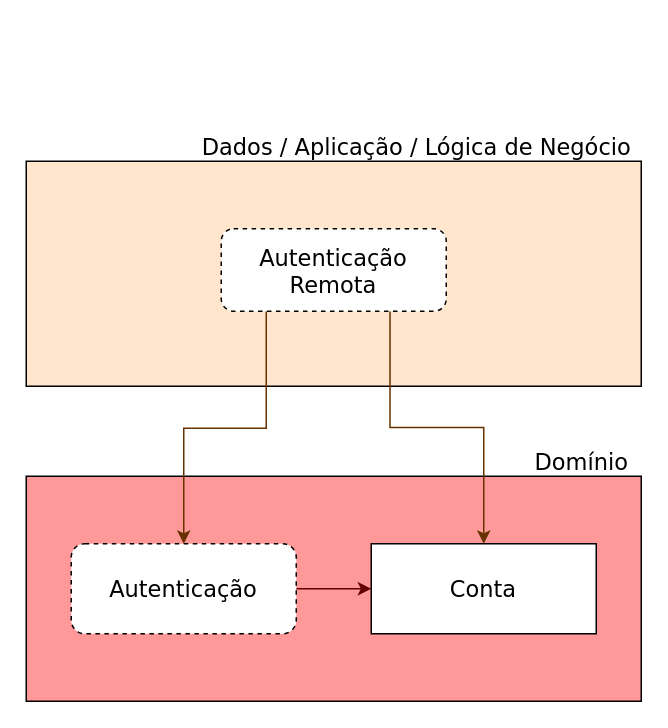
Before: requisitos/diagrama.drawio in brunopenha/flutter_tdd_clean_arch, a draw.io diagram. Source tidied: cells renumbered, new cells numbered last; positions are measured from the earlier drawing's top-left corner, leaving out a move shared by most shapes. Both pictures are drawn from the tidied source at 150%, with x=0, y=0 at pixel (26, 130).
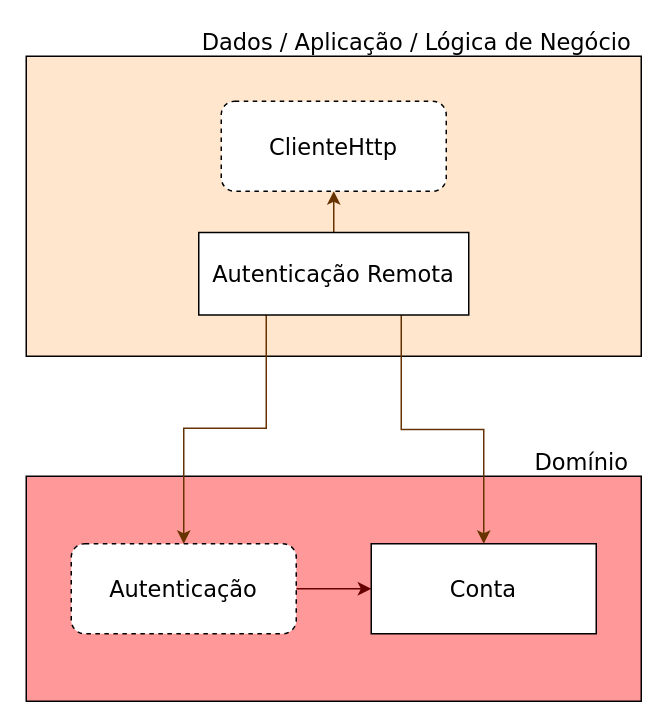
The same page after the edit.

Commit message (it also covers changes not shown here):
Certificando que AutenticaoRemota chame ClienteHttp com a URL correta

What changed in the source:
```diff
@@
 <mxGraphModel>
   <root>
     <mxCell id="0" />
     <mxCell id="1" parent="0" />
     <mxCell id="2" style="rounded=0;whiteSpace=wrap;html=1;fontFamily=Verdana;fontSize=15;fillColor=#FF9999;" parent="1" vertex="1">
       <mxGeometry y="230" width="410" height="150" as="geometry" />
     </mxCell>
     <mxCell id="3" style="edgeStyle=orthogonalEdgeStyle;rounded=0;jettySize=auto;html=1;exitX=1;exitY=0.5;exitDx=0;exitDy=0;fontFamily=Verdana;fontSize=15;strokeColor=#660000;" parent="1" edge="1" source="4" target="6">
       <mxGeometry relative="1" as="geometry" />
     </mxCell>
     <mxCell id="4" value="Autenticação" style="rounded=1;whiteSpace=wrap;html=1;fontFamily=Verdana;fontSize=15;dashed=1;" parent="1" vertex="1">
       <mxGeometry x="30" y="275" width="150" height="60" as="geometry" />
     </mxCell>
     <mxCell id="5" value="Domínio" style="text;html=1;align=center;verticalAlign=middle;fontSize=15;fontFamily=Verdana;" parent="1" vertex="1">
       <mxGeometry x="330" y="210" width="80" height="20" as="geometry" />
     </mxCell>
     <mxCell id="6" value="Conta" style="rounded=0;whiteSpace=wrap;html=1;fontFamily=Verdana;fontSize=15;" parent="1" vertex="1">
       <mxGeometry x="230" y="275" width="150" height="60" as="geometry" />
     </mxCell>
     <mxCell id="7" style="rounded=0;whiteSpace=wrap;html=1;fontFamily=Verdana;fontSize=15;fillColor=#FFE6CC;" parent="1" vertex="1">
-      <mxGeometry y="20" width="410" height="150" as="geometry" />
+      <mxGeometry y="-50" width="410" height="200" as="geometry" />
     </mxCell>
     <mxCell id="8" style="edgeStyle=orthogonalEdgeStyle;rounded=0;jettySize=auto;html=1;entryX=0.5;entryY=0;entryDx=0;entryDy=0;strokeColor=#663300;fontFamily=Verdana;fontSize=15;" parent="1" edge="1" source="10" target="4">
       <mxGeometry relative="1" as="geometry">
         <Array as="points">
           <mxPoint x="160" y="198" />
           <mxPoint x="105" y="198" />
         </Array>
       </mxGeometry>
     </mxCell>
     <mxCell id="9" style="edgeStyle=orthogonalEdgeStyle;rounded=0;jettySize=auto;html=1;exitX=0.75;exitY=1;exitDx=0;exitDy=0;strokeColor=#663300;fontFamily=Verdana;fontSize=15;" parent="1" edge="1" source="10" target="6">
       <mxGeometry relative="1" as="geometry" />
     </mxCell>
+    <mxCell id="12" style="edgeStyle=orthogonalEdgeStyle;rounded=0;jettySize=auto;html=1;exitX=0.5;exitY=0;exitDx=0;exitDy=0;entryX=0.5;entryY=1;entryDx=0;entryDy=0;strokeColor=#663300;fontFamily=Verdana;fontSize=15;" parent="1" edge="1" source="10" target="13">
+      <mxGeometry relative="1" as="geometry" />
+    </mxCell>
-    <mxCell id="10" value="Autenticação Remota" style="rounded=1;whiteSpace=wrap;html=1;fontFamily=Verdana;fontSize=15;dashed=1;" parent="1" vertex="1">
-      <mxGeometry x="130" y="65" width="150" height="55" as="geometry" />
+    <mxCell id="10" value="Autenticação Remota" style="rounded=0;whiteSpace=wrap;html=1;fontFamily=Verdana;fontSize=15;" parent="1" vertex="1">
+      <mxGeometry x="115" y="67.5" width="180" height="55" as="geometry" />
     </mxCell>
     <mxCell id="11" value="Dados / Aplicação / Lógica de Negócio" style="text;html=1;align=center;verticalAlign=middle;fontSize=15;fontFamily=Verdana;" parent="1" vertex="1">
-      <mxGeometry x="110" width="300" height="20" as="geometry" />
+      <mxGeometry x="110" y="-70" width="300" height="20" as="geometry" />
     </mxCell>
+    <mxCell id="13" value="ClienteHttp" style="rounded=1;whiteSpace=wrap;html=1;fontFamily=Verdana;fontSize=15;dashed=1;" parent="1" vertex="1">
+      <mxGeometry x="130" y="-20" width="150" height="60" as="geometry" />
+    </mxCell>
   </root>
 </mxGraphModel>
```
